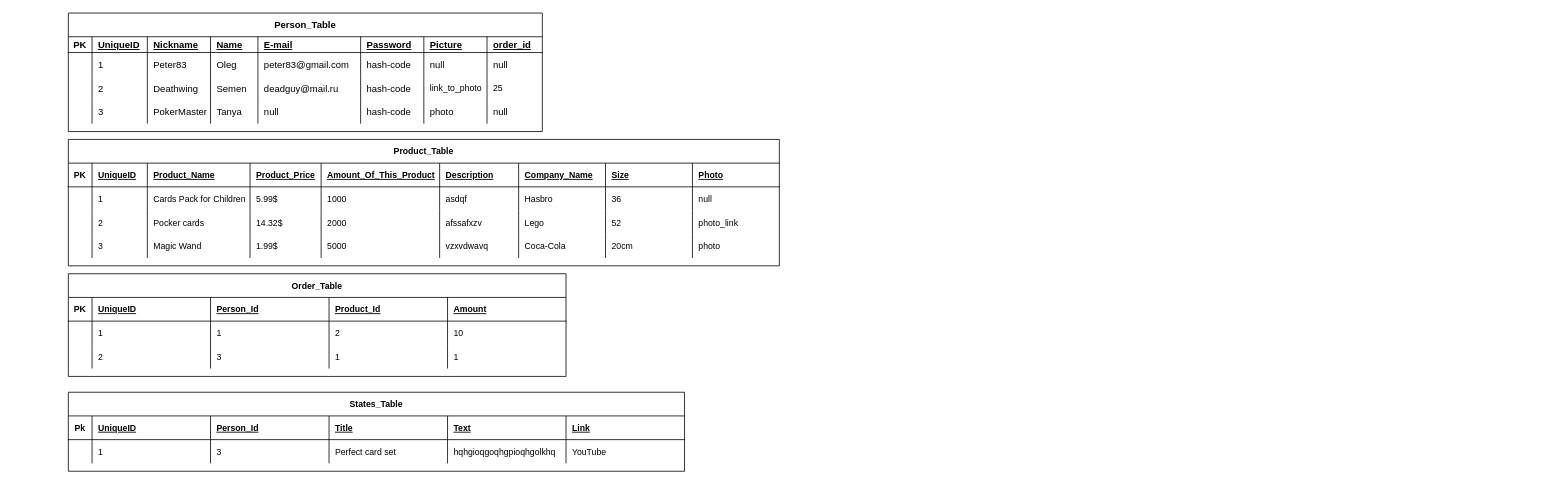
The draw.io diagram Database EF diagram.drawio in Dorialean/CardsWorld, before the edit. Source tidied: cells renumbered, new cells numbered last; positions are measured from the earlier drawing's top-left corner, leaving out a move shared by most shapes. Both pictures are drawn from the tidied source at 79%, with x=0, y=0 at pixel (68, 13).
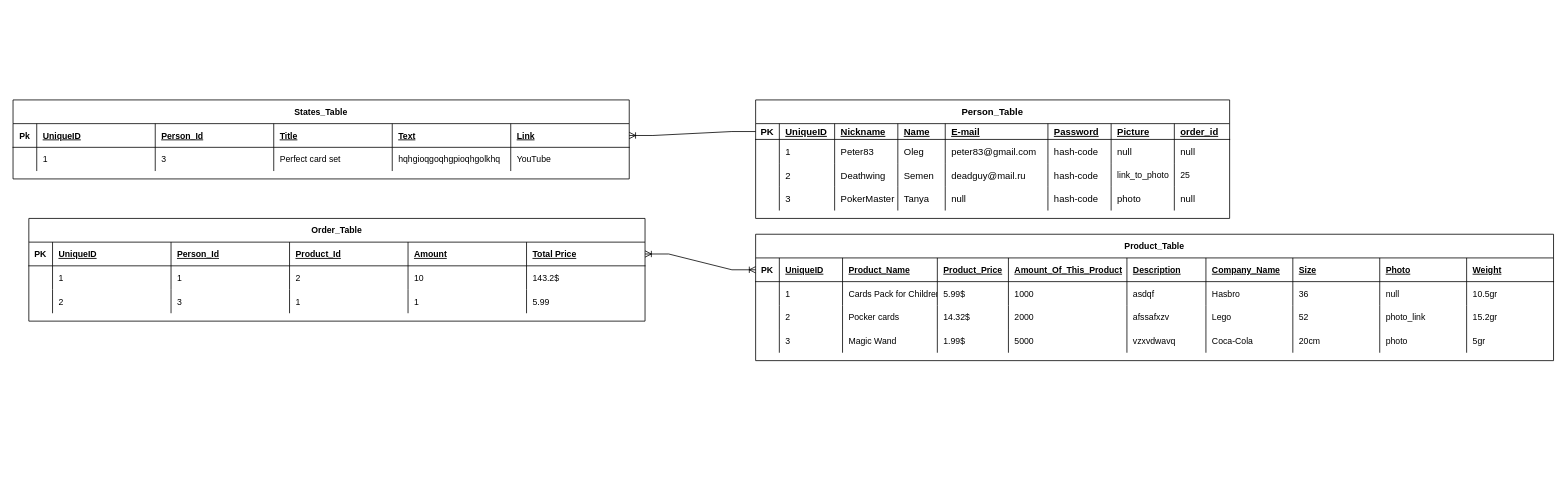
The same page after the edit.

Unchanged cells that the change refers to:
```xml
<mxCell id="3" style="shape=tableRow;horizontal=0;startSize=0;swimlaneHead=0;swimlaneBody=0;fillColor=none;points=[[0,0.5],[1,0.5]];portConstraint=eastwest;top=0;left=0;right=0;bottom=1;" parent="2" vertex="1">
  <mxGeometry y="30" width="600" height="20" as="geometry" />
</mxCell>
<mxCell id="100" style="shape=tableRow;horizontal=0;startSize=0;swimlaneHead=0;swimlaneBody=0;fillColor=none;points=[[0,0.5],[1,0.5]];portConstraint=eastwest;top=0;left=0;right=0;bottom=1;fontSize=11;" parent="99" vertex="1">
  <mxGeometry y="30" width="780" height="30" as="geometry" />
</mxCell>
```

What changed in the source:
```diff
@@
     <mxCell id="2" value="Person_Table" style="shape=table;startSize=30;childLayout=tableLayout;rowLines=0;fontStyle=1;align=center;" parent="1" vertex="1">
-      <mxGeometry width="600" height="150" as="geometry" />
+      <mxGeometry x="870" y="110" width="600" height="150" as="geometry" />
     </mxCell>
@@
     <mxCell id="39" value="Product_Table" style="shape=table;startSize=30;childLayout=tableLayout;rowLines=0;fontStyle=1;align=center;fontSize=11;" parent="1" vertex="1">
-      <mxGeometry y="160" width="900" height="160" as="geometry" />
+      <mxGeometry x="870" y="280" width="1010" height="160" as="geometry" />
     </mxCell>
     <mxCell id="40" style="shape=tableRow;horizontal=0;startSize=0;swimlaneHead=0;swimlaneBody=0;fillColor=none;points=[[0,0.5],[1,0.5]];portConstraint=eastwest;top=0;left=0;right=0;bottom=1;fontSize=11;" parent="39" vertex="1">
-      <mxGeometry y="30" width="900" height="30" as="geometry" />
+      <mxGeometry y="30" width="1010" height="30" as="geometry" />
     </mxCell>
@@
     <mxCell id="42" value="UniqueID" style="shape=partialRectangle;fillColor=none;top=0;left=0;bottom=0;right=0;align=left;spacingLeft=6;fontStyle=5;overflow=hidden;fontSize=11;" parent="40" vertex="1">
-      <mxGeometry x="30" width="70" height="30" as="geometry" />
+      <mxGeometry x="30" width="80" height="30" as="geometry" />
     </mxCell>
     <mxCell id="43" value="Product_Name" style="shape=partialRectangle;fillColor=none;top=0;left=0;bottom=0;right=0;align=left;spacingLeft=6;fontStyle=5;overflow=hidden;fontSize=11;" parent="40" vertex="1">
-      <mxGeometry x="100" width="130" height="30" as="geometry" />
+      <mxGeometry x="110" width="120" height="30" as="geometry" />
     </mxCell>
@@
+    <mxCell id="114" value="Weight" style="shape=partialRectangle;fillColor=none;top=0;left=0;bottom=0;right=0;align=left;spacingLeft=6;fontStyle=5;overflow=hidden;fontSize=11;" parent="40" vertex="1">
+      <mxGeometry x="900" width="110" height="30" as="geometry" />
+    </mxCell>
     <mxCell id="50" style="shape=tableRow;horizontal=0;startSize=0;swimlaneHead=0;swimlaneBody=0;fillColor=none;top=0;left=0;right=0;bottom=0;fontSize=11;" parent="39" vertex="1">
-      <mxGeometry y="60" width="900" height="30" as="geometry" />
+      <mxGeometry y="60" width="1010" height="30" as="geometry" />
     </mxCell>
@@
     <mxCell id="52" value="1" style="shape=partialRectangle;fillColor=none;top=0;left=0;bottom=0;right=0;align=left;spacingLeft=6;overflow=hidden;fontSize=11;" parent="50" vertex="1">
-      <mxGeometry x="30" width="70" height="30" as="geometry" />
+      <mxGeometry x="30" width="80" height="30" as="geometry" />
     </mxCell>
     <mxCell id="53" value="Cards Pack for Children" style="shape=partialRectangle;fillColor=none;top=0;left=0;bottom=0;right=0;align=left;spacingLeft=6;overflow=hidden;fontSize=11;" parent="50" vertex="1">
-      <mxGeometry x="100" width="130" height="30" as="geometry" />
+      <mxGeometry x="110" width="120" height="30" as="geometry" />
     </mxCell>
@@
+    <mxCell id="115" value="10.5gr " style="shape=partialRectangle;fillColor=none;top=0;left=0;bottom=0;right=0;align=left;spacingLeft=6;overflow=hidden;fontSize=11;" parent="50" vertex="1">
+      <mxGeometry x="900" width="110" height="30" as="geometry" />
+    </mxCell>
     <mxCell id="60" style="shape=tableRow;horizontal=0;startSize=0;swimlaneHead=0;swimlaneBody=0;fillColor=none;top=0;left=0;right=0;bottom=0;fontSize=11;" parent="39" vertex="1">
-      <mxGeometry y="90" width="900" height="30" as="geometry" />
+      <mxGeometry y="90" width="1010" height="30" as="geometry" />
     </mxCell>
@@
     <mxCell id="62" value="2" style="shape=partialRectangle;fillColor=none;top=0;left=0;bottom=0;right=0;align=left;spacingLeft=6;overflow=hidden;fontSize=11;" parent="60" vertex="1">
-      <mxGeometry x="30" width="70" height="30" as="geometry" />
+      <mxGeometry x="30" width="80" height="30" as="geometry" />
     </mxCell>
     <mxCell id="63" value="Pocker cards" style="shape=partialRectangle;fillColor=none;top=0;left=0;bottom=0;right=0;align=left;spacingLeft=6;overflow=hidden;fontSize=11;" parent="60" vertex="1">
-      <mxGeometry x="100" width="130" height="30" as="geometry" />
+      <mxGeometry x="110" width="120" height="30" as="geometry" />
     </mxCell>
@@
+    <mxCell id="116" value="15.2gr" style="shape=partialRectangle;fillColor=none;top=0;left=0;bottom=0;right=0;align=left;spacingLeft=6;overflow=hidden;fontSize=11;" parent="60" vertex="1">
+      <mxGeometry x="900" width="110" height="30" as="geometry" />
+    </mxCell>
     <mxCell id="70" style="shape=tableRow;horizontal=0;startSize=0;swimlaneHead=0;swimlaneBody=0;fillColor=none;top=0;left=0;right=0;bottom=0;fontSize=11;" parent="39" vertex="1">
-      <mxGeometry y="120" width="900" height="30" as="geometry" />
+      <mxGeometry y="120" width="1010" height="30" as="geometry" />
     </mxCell>
@@
     <mxCell id="72" value="3" style="shape=partialRectangle;fillColor=none;top=0;left=0;bottom=0;right=0;align=left;spacingLeft=6;overflow=hidden;fontSize=11;" parent="70" vertex="1">
-      <mxGeometry x="30" width="70" height="30" as="geometry" />
+      <mxGeometry x="30" width="80" height="30" as="geometry" />
     </mxCell>
     <mxCell id="73" value="Magic Wand" style="shape=partialRectangle;fillColor=none;top=0;left=0;bottom=0;right=0;align=left;spacingLeft=6;overflow=hidden;fontSize=11;" parent="70" vertex="1">
-      <mxGeometry x="100" width="130" height="30" as="geometry" />
+      <mxGeometry x="110" width="120" height="30" as="geometry" />
     </mxCell>
@@
+    <mxCell id="117" value="5gr" style="shape=partialRectangle;fillColor=none;top=0;left=0;bottom=0;right=0;align=left;spacingLeft=6;overflow=hidden;fontSize=11;" parent="70" vertex="1">
+      <mxGeometry x="900" width="110" height="30" as="geometry" />
+    </mxCell>
     <mxCell id="80" value="Order_Table" style="shape=table;startSize=30;childLayout=tableLayout;rowLines=0;fontStyle=1;align=center;fontSize=11;" parent="1" vertex="1">
-      <mxGeometry y="330" width="630" height="130" as="geometry" />
+      <mxGeometry x="-50" y="260" width="780" height="130" as="geometry" />
     </mxCell>
     <mxCell id="81" style="shape=tableRow;horizontal=0;startSize=0;swimlaneHead=0;swimlaneBody=0;fillColor=none;points=[[0,0.5],[1,0.5]];portConstraint=eastwest;top=0;left=0;right=0;bottom=1;fontSize=11;" parent="80" vertex="1">
-      <mxGeometry y="30" width="630" height="30" as="geometry" />
+      <mxGeometry y="30" width="780" height="30" as="geometry" />
     </mxCell>
@@
+    <mxCell id="118" value="Total Price" style="shape=partialRectangle;fillColor=none;top=0;left=0;bottom=0;right=0;align=left;spacingLeft=6;fontStyle=5;overflow=hidden;fontSize=11;" parent="81" vertex="1">
+      <mxGeometry x="630" width="150" height="30" as="geometry" />
+    </mxCell>
     <mxCell id="87" style="shape=tableRow;horizontal=0;startSize=0;swimlaneHead=0;swimlaneBody=0;fillColor=none;top=0;left=0;right=0;bottom=0;fontSize=11;" parent="80" vertex="1">
-      <mxGeometry y="60" width="630" height="30" as="geometry" />
+      <mxGeometry y="60" width="780" height="30" as="geometry" />
     </mxCell>
@@
+    <mxCell id="119" value="143.2$" style="shape=partialRectangle;fillColor=none;top=0;left=0;bottom=0;right=0;align=left;spacingLeft=6;overflow=hidden;fontSize=11;" parent="87" vertex="1">
+      <mxGeometry x="630" width="150" height="30" as="geometry" />
+    </mxCell>
     <mxCell id="93" style="shape=tableRow;horizontal=0;startSize=0;swimlaneHead=0;swimlaneBody=0;fillColor=none;top=0;left=0;right=0;bottom=0;fontSize=11;" parent="80" vertex="1">
-      <mxGeometry y="90" width="630" height="30" as="geometry" />
+      <mxGeometry y="90" width="780" height="30" as="geometry" />
     </mxCell>
@@
+    <mxCell id="120" value="5.99" style="shape=partialRectangle;fillColor=none;top=0;left=0;bottom=0;right=0;align=left;spacingLeft=6;overflow=hidden;fontSize=11;" parent="93" vertex="1">
+      <mxGeometry x="630" width="150" height="30" as="geometry" />
+    </mxCell>
     <mxCell id="99" value="States_Table" style="shape=table;startSize=30;childLayout=tableLayout;rowLines=0;fontStyle=1;align=center;fontSize=11;" parent="1" vertex="1">
-      <mxGeometry y="480" width="780" height="100" as="geometry" />
+      <mxGeometry x="-70" y="110" width="780" height="100" as="geometry" />
     </mxCell>
@@
+    <mxCell id="121" style="edgeStyle=entityRelationEdgeStyle;fontSize=12;html=1;endArrow=ERoneToMany;rounded=0;exitX=0;exitY=0.5;exitDx=0;exitDy=0;entryX=1;entryY=0.5;entryDx=0;entryDy=0;" parent="1" edge="1" source="3" target="100">
+      <mxGeometry relative="1" as="geometry" />
+    </mxCell>
+    <mxCell id="122" style="edgeStyle=entityRelationEdgeStyle;fontSize=12;html=1;endArrow=ERoneToMany;startArrow=ERoneToMany;rounded=0;entryX=0;entryY=0.5;entryDx=0;entryDy=0;exitX=1;exitY=0.5;exitDx=0;exitDy=0;" parent="1" edge="1" source="81" target="40">
+      <mxGeometry relative="1" as="geometry" />
+    </mxCell>
```
